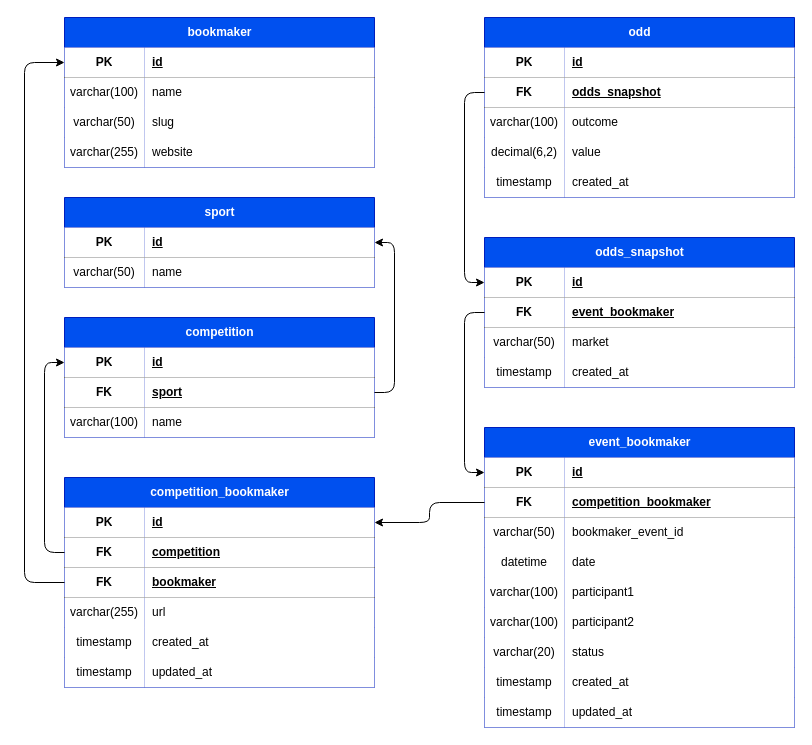
Above: docs/MCD/src/scrapodd.drawio in davidb99/scrapodd (draw.io), before the change. Source tidied: cells renumbered, new cells numbered last; positions are measured from the earlier drawing's top-left corner, leaving out a move shared by most shapes. Both pictures are drawn from the tidied source at 100%, with x=0, y=0 at pixel (24, 17).
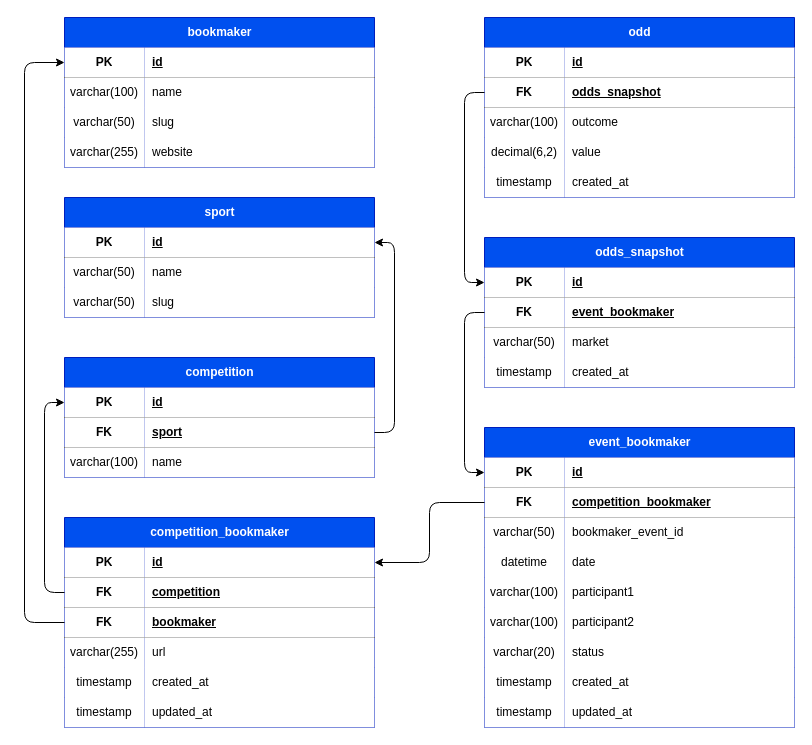
After the change.

Commit message (it also covers changes not shown here):
Ajout du slug dans l'entité Sport

Unchanged cells that the change refers to:
```xml
<mxCell id="3" style="shape=tableRow;horizontal=0;startSize=0;swimlaneHead=0;swimlaneBody=0;fillColor=none;points=[[0,0.5],[1,0.5]];portConstraint=eastwest;top=0;left=0;right=0;bottom=1;rounded=0;" parent="2" vertex="1">
  <mxGeometry y="30" width="310" height="30" as="geometry" />
</mxCell>
<mxCell id="89" style="shape=tableRow;horizontal=0;startSize=0;swimlaneHead=0;swimlaneBody=0;fillColor=none;points=[[0,0.5],[1,0.5]];portConstraint=eastwest;top=0;left=0;right=0;bottom=1;rounded=0;" parent="82" vertex="1">
  <mxGeometry y="90" width="310" height="30" as="geometry" />
</mxCell>
```

Change to the diagram source:
```diff
@@
     <mxCell id="72" value="competition" style="shape=table;startSize=30;childLayout=tableLayout;rowLines=0;fontStyle=1;align=center;html=1;fillColor=#0050ef;fontColor=#ffffff;strokeColor=#001DBC;rounded=0;" parent="1" vertex="1">
-      <mxGeometry x="40" y="300" width="310" height="120" as="geometry" />
+      <mxGeometry x="40" y="340" width="310" height="120" as="geometry" />
     </mxCell>
@@
     <mxCell id="82" value="competition_bookmaker" style="shape=table;startSize=30;childLayout=tableLayout;rowLines=0;fontStyle=1;align=center;html=1;fillColor=#0050ef;fontColor=#ffffff;strokeColor=#001DBC;rounded=0;" parent="1" vertex="1">
-      <mxGeometry x="40" y="460" width="310" height="210" as="geometry" />
+      <mxGeometry x="40" y="500" width="310" height="210" as="geometry" />
     </mxCell>
@@
     <mxCell id="101" value="sport" style="shape=table;startSize=30;childLayout=tableLayout;rowLines=0;fontStyle=1;align=center;html=1;fillColor=#0050ef;fontColor=#ffffff;strokeColor=#001DBC;rounded=0;" parent="1" vertex="1">
-      <mxGeometry x="40" y="180" width="310" height="90" as="geometry" />
+      <mxGeometry x="40" y="180" width="310" height="120" as="geometry" />
     </mxCell>
@@
-    <mxCell id="108" style="edgeStyle=orthogonalEdgeStyle;jettySize=auto;html=1;exitX=0;exitY=0.5;exitDx=0;exitDy=0;entryX=0;entryY=0.5;entryDx=0;entryDy=0;" parent="1" edge="1" source="89" target="3">
-      <mxGeometry relative="1" as="geometry">
-        <Array as="points">
-          <mxPoint y="565" />
-          <mxPoint y="45" />
-        </Array>
-      </mxGeometry>
-    </mxCell>
+    <mxCell id="114" style="shape=tableRow;horizontal=0;startSize=0;swimlaneHead=0;swimlaneBody=0;fillColor=none;top=0;left=0;right=0;bottom=0;rounded=0;" parent="101" vertex="1">
+      <mxGeometry y="90" width="310" height="30" as="geometry" />
+    </mxCell>
+    <mxCell id="115" value="varchar(50)" style="shape=partialRectangle;top=0;left=0;bottom=0;right=0;overflow=hidden;whiteSpace=wrap;html=1;rounded=0;" parent="114" vertex="1">
+      <mxGeometry width="80" height="30" as="geometry" />
+    </mxCell>
+    <mxCell id="116" value="slug" style="shape=partialRectangle;top=0;left=0;bottom=0;right=0;align=left;spacingLeft=6;overflow=hidden;whiteSpace=wrap;html=1;rounded=0;" parent="114" vertex="1">
+      <mxGeometry x="80" width="230" height="30" as="geometry" />
+    </mxCell>
@@
+    <mxCell id="108" style="edgeStyle=orthogonalEdgeStyle;rounded=1;jettySize=auto;html=1;exitX=0;exitY=0.5;exitDx=0;exitDy=0;entryX=0;entryY=0.5;entryDx=0;entryDy=0;curved=0;" parent="1" edge="1" source="89" target="3">
+      <mxGeometry relative="1" as="geometry">
+        <Array as="points">
+          <mxPoint y="605" />
+          <mxPoint y="45" />
+        </Array>
+      </mxGeometry>
+    </mxCell>
```
